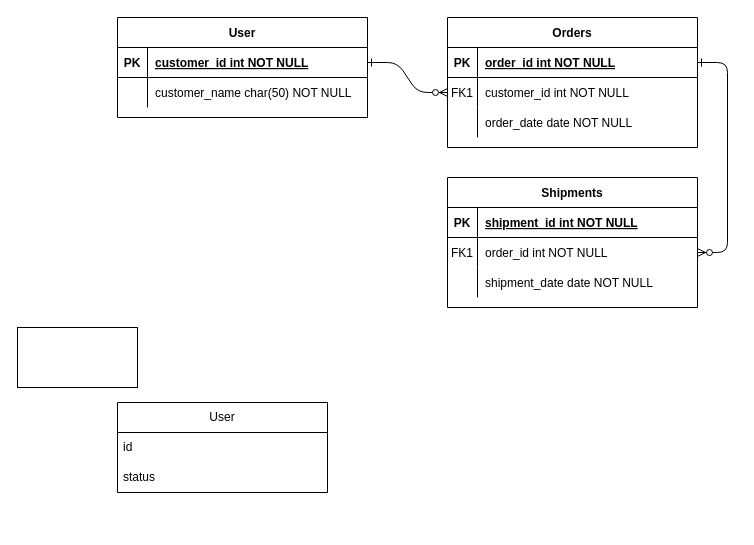
Above: 名称未設定ファイル.drawio in MASA20201203/nicodb-scraping (draw.io), before the change. Source tidied: cells renumbered, new cells numbered last; positions are measured from the earlier drawing's top-left corner, leaving out a move shared by most shapes. Both pictures are drawn from the tidied source at 100%, with x=0, y=0 at pixel (17, 17).
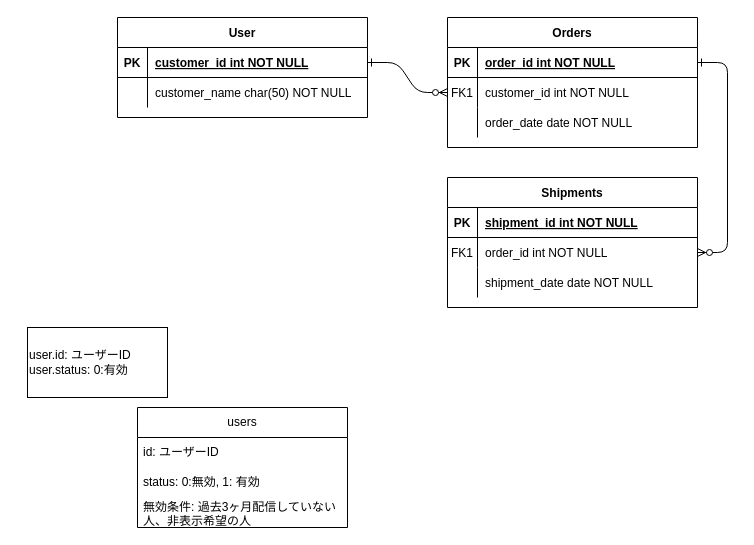
The same diagram, later.

Commit message:
usersテーブル更新

Change to the diagram source:
```diff
@@
-    <mxCell id="31" value="User" style="swimlane;fontStyle=0;horizontal=1;startSize=30;whiteSpace=wrap;html=1;" parent="1" vertex="1">
-      <mxGeometry x="100" y="385" width="210" height="90" as="geometry" />
+    <mxCell id="31" value="users" style="swimlane;fontStyle=0;horizontal=1;startSize=30;whiteSpace=wrap;html=1;" parent="1" vertex="1">
+      <mxGeometry x="120" y="390" width="210" height="120" as="geometry" />
     </mxCell>
-    <mxCell id="32" value="id" style="text;strokeColor=none;fillColor=none;align=left;verticalAlign=middle;spacingLeft=4;spacingRight=4;overflow=hidden;whiteSpace=wrap;html=1;" parent="31" vertex="1">
+    <mxCell id="32" value="id: ユーザーID" style="text;strokeColor=none;fillColor=none;align=left;verticalAlign=middle;spacingLeft=4;spacingRight=4;overflow=hidden;whiteSpace=wrap;html=1;" parent="31" vertex="1">
       <mxGeometry y="30" width="210" height="30" as="geometry" />
     </mxCell>
-    <mxCell id="33" value="status" style="text;strokeColor=none;fillColor=none;align=left;verticalAlign=middle;spacingLeft=4;spacingRight=4;overflow=hidden;whiteSpace=wrap;html=1;" parent="31" vertex="1">
+    <mxCell id="33" value="status: 0:無効, 1: 有効&lt;br&gt;" style="text;strokeColor=none;fillColor=none;align=left;verticalAlign=middle;spacingLeft=4;spacingRight=4;overflow=hidden;whiteSpace=wrap;html=1;" parent="31" vertex="1">
       <mxGeometry y="60" width="210" height="30" as="geometry" />
     </mxCell>
+    <mxCell id="35" value="無効条件: 過去3ヶ月配信していない人、非表示希望の人" style="text;strokeColor=none;fillColor=none;align=left;verticalAlign=middle;spacingLeft=4;spacingRight=4;overflow=hidden;whiteSpace=wrap;html=1;" parent="31" vertex="1">
+      <mxGeometry y="90" width="210" height="30" as="geometry" />
+    </mxCell>
-    <mxCell id="34" style="rounded=0;whiteSpace=wrap;html=1;" parent="1" vertex="1">
-      <mxGeometry y="310" width="120" height="60" as="geometry" />
+    <mxCell id="34" value="user.id: ユーザーID&lt;br&gt;user.status: 0:有効" style="rounded=0;whiteSpace=wrap;html=1;align=left;" parent="1" vertex="1">
+      <mxGeometry x="10" y="310" width="140" height="70" as="geometry" />
     </mxCell>
```
